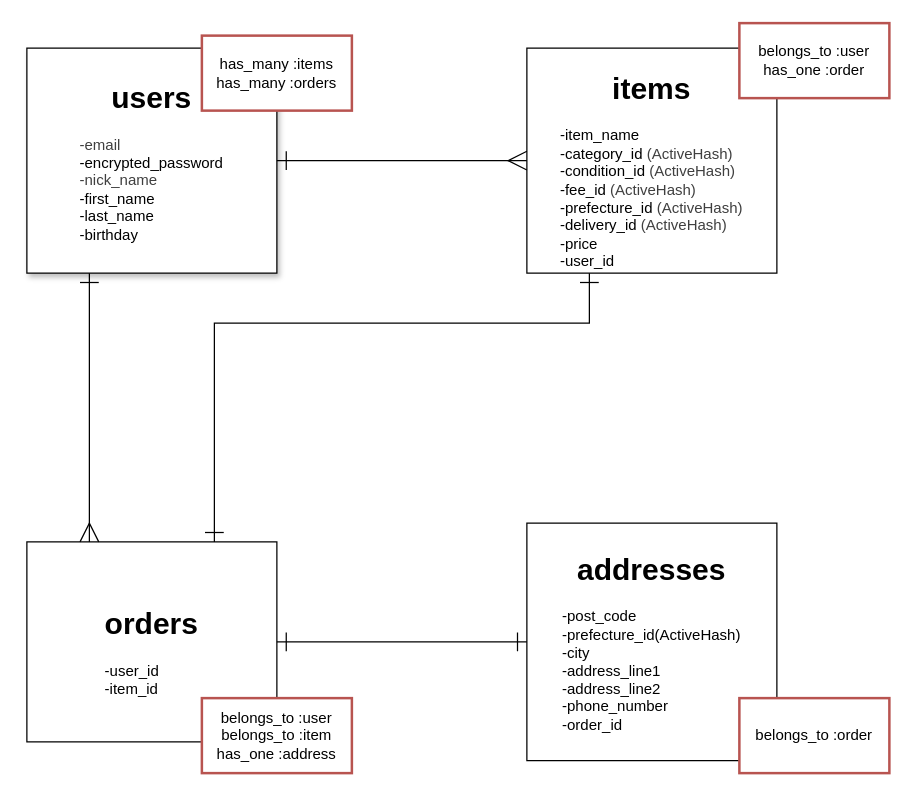
Above: ER.drawio in KaikaiY/furima-46775 (draw.io), before the change. Source tidied: cells renumbered, new cells numbered last; positions are measured from the earlier drawing's top-left corner, leaving out a move shared by most shapes. Both pictures are drawn from the tidied source at 125%, with x=0, y=0 at pixel (26, 22).
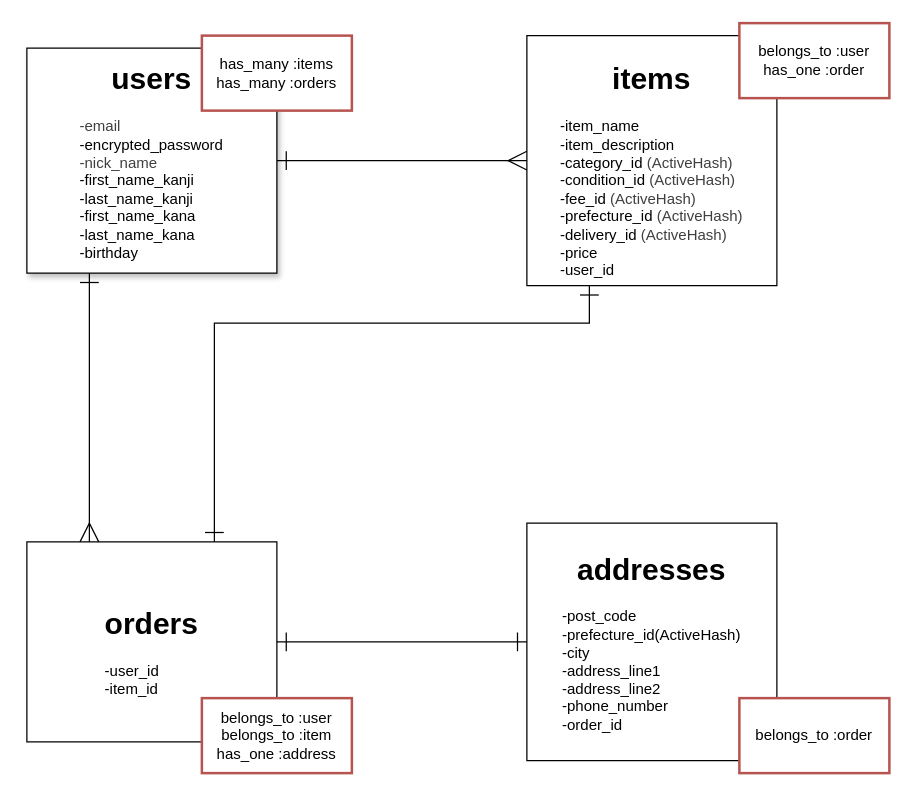
After the change.

The edit, as a diff of the source:
```diff
@@
 <mxGraphModel>
   <root>
     <mxCell id="0" />
     <mxCell id="1" parent="0" />
-    <mxCell id="2" value="&lt;h1&gt;&lt;/h1&gt;&lt;h1 style=&quot;&quot;&gt;users&lt;/h1&gt;&lt;div style=&quot;text-align: left;&quot;&gt;&lt;span style=&quot;color: rgb(63, 63, 63); background-color: transparent;&quot;&gt;-email&lt;/span&gt;&lt;/div&gt;&lt;div style=&quot;text-align: left;&quot;&gt;-encrypted_password&lt;/div&gt;&lt;div style=&quot;text-align: left;&quot;&gt;&lt;div style=&quot;color: rgb(63, 63, 63); scrollbar-color: rgb(226, 226, 226) rgb(251, 251, 251);&quot;&gt;-nick_name&lt;/div&gt;&lt;div&gt;-first_name&lt;/div&gt;&lt;div&gt;-last_name&lt;/div&gt;&lt;div&gt;-birthday&lt;/div&gt;&lt;/div&gt;&lt;div style=&quot;text-align: left;&quot;&gt;&lt;br&gt;&lt;/div&gt;" style="whiteSpace=wrap;html=1;shadow=1;align=center;" parent="1" vertex="1">
+    <mxCell id="2" value="&lt;h1&gt;&lt;/h1&gt;&lt;h1 style=&quot;&quot;&gt;users&lt;/h1&gt;&lt;div style=&quot;text-align: left;&quot;&gt;&lt;span style=&quot;color: rgb(63, 63, 63); background-color: transparent;&quot;&gt;-email&lt;/span&gt;&lt;/div&gt;&lt;div style=&quot;text-align: left;&quot;&gt;-encrypted_password&lt;/div&gt;&lt;div style=&quot;text-align: left;&quot;&gt;&lt;div style=&quot;color: rgb(63, 63, 63); scrollbar-color: rgb(226, 226, 226) rgb(251, 251, 251);&quot;&gt;-nick_name&lt;/div&gt;&lt;div&gt;-first_name_kanji&lt;/div&gt;&lt;div&gt;-last_name_kanji&lt;/div&gt;&lt;div&gt;-first_name_kana&lt;/div&gt;&lt;div&gt;-last_name_kana&lt;/div&gt;&lt;div&gt;-birthday&lt;/div&gt;&lt;/div&gt;&lt;div style=&quot;text-align: left;&quot;&gt;&lt;br&gt;&lt;/div&gt;" style="whiteSpace=wrap;html=1;shadow=1;align=center;" parent="1" vertex="1">
       <mxGeometry y="20" width="200" height="180" as="geometry" />
     </mxCell>
-    <mxCell id="3" value="&lt;h1&gt;items&lt;/h1&gt;&lt;div style=&quot;text-align: left;&quot;&gt;-item_name&lt;/div&gt;&lt;div style=&quot;text-align: left;&quot;&gt;-category_id&lt;span style=&quot;color: rgb(63, 63, 63); background-color: transparent;&quot;&gt;&amp;nbsp;(ActiveHash)&lt;/span&gt;&lt;/div&gt;&lt;div style=&quot;text-align: left;&quot;&gt;-condition_id&lt;span style=&quot;color: rgb(63, 63, 63); background-color: transparent;&quot;&gt;&amp;nbsp;(ActiveHash)&lt;/span&gt;&lt;/div&gt;&lt;div style=&quot;text-align: left;&quot;&gt;-fee_id&lt;span style=&quot;color: rgb(63, 63, 63); background-color: transparent;&quot;&gt;&amp;nbsp;(ActiveHash)&lt;/span&gt;&lt;/div&gt;&lt;div style=&quot;text-align: left;&quot;&gt;-prefecture_id&lt;span style=&quot;color: rgb(63, 63, 63); background-color: transparent;&quot;&gt;&amp;nbsp;(ActiveHash)&lt;/span&gt;&lt;/div&gt;&lt;div style=&quot;text-align: left;&quot;&gt;-delivery_id&lt;span style=&quot;color: rgb(63, 63, 63); background-color: transparent;&quot;&gt;&amp;nbsp;(ActiveHash)&lt;/span&gt;&lt;/div&gt;&lt;div style=&quot;text-align: left;&quot;&gt;-price&lt;/div&gt;&lt;div style=&quot;text-align: left;&quot;&gt;-user_id&lt;/div&gt;" style="whiteSpace=wrap;html=1;" parent="1" vertex="1">
-      <mxGeometry x="400" y="20" width="200" height="180" as="geometry" />
+    <mxCell id="3" value="&lt;h1&gt;items&lt;/h1&gt;&lt;div style=&quot;text-align: left;&quot;&gt;-item_name&lt;/div&gt;&lt;div style=&quot;text-align: left;&quot;&gt;-item_description&lt;/div&gt;&lt;div style=&quot;text-align: left;&quot;&gt;-category_id&lt;span style=&quot;color: rgb(63, 63, 63); background-color: transparent;&quot;&gt;&amp;nbsp;(ActiveHash)&lt;/span&gt;&lt;/div&gt;&lt;div style=&quot;text-align: left;&quot;&gt;-condition_id&lt;span style=&quot;color: rgb(63, 63, 63); background-color: transparent;&quot;&gt;&amp;nbsp;(ActiveHash)&lt;/span&gt;&lt;/div&gt;&lt;div style=&quot;text-align: left;&quot;&gt;-fee_id&lt;span style=&quot;color: rgb(63, 63, 63); background-color: transparent;&quot;&gt;&amp;nbsp;(ActiveHash)&lt;/span&gt;&lt;/div&gt;&lt;div style=&quot;text-align: left;&quot;&gt;-prefecture_id&lt;span style=&quot;color: rgb(63, 63, 63); background-color: transparent;&quot;&gt;&amp;nbsp;(ActiveHash)&lt;/span&gt;&lt;/div&gt;&lt;div style=&quot;text-align: left;&quot;&gt;-delivery_id&lt;span style=&quot;color: rgb(63, 63, 63); background-color: transparent;&quot;&gt;&amp;nbsp;(ActiveHash)&lt;/span&gt;&lt;/div&gt;&lt;div style=&quot;text-align: left;&quot;&gt;-price&lt;/div&gt;&lt;div style=&quot;text-align: left;&quot;&gt;-user_id&lt;/div&gt;" style="whiteSpace=wrap;html=1;" parent="1" vertex="1">
+      <mxGeometry x="400" y="10" width="200" height="200" as="geometry" />
     </mxCell>
     <mxCell id="4" value="&lt;h1&gt;addresses&lt;/h1&gt;&lt;div style=&quot;text-align: left;&quot;&gt;-post_code&lt;/div&gt;&lt;div style=&quot;text-align: left;&quot;&gt;-prefecture_id(ActiveHash)&lt;/div&gt;&lt;div style=&quot;text-align: left;&quot;&gt;-city&lt;/div&gt;&lt;div style=&quot;text-align: left;&quot;&gt;-address_line1&lt;/div&gt;&lt;div style=&quot;text-align: left;&quot;&gt;-address_line2&lt;/div&gt;&lt;div style=&quot;text-align: left;&quot;&gt;-phone_number&lt;/div&gt;&lt;div style=&quot;text-align: left;&quot;&gt;-order_id&lt;/div&gt;&lt;div style=&quot;text-align: left;&quot;&gt;&lt;br&gt;&lt;/div&gt;" style="whiteSpace=wrap;html=1;labelPosition=center;verticalLabelPosition=middle;align=center;verticalAlign=middle;" parent="1" vertex="1">
       <mxGeometry x="400" y="400" width="200" height="190" as="geometry" />
     </mxCell>
     <mxCell id="5" value="&lt;h1&gt;orders&lt;/h1&gt;&lt;div style=&quot;text-align: left;&quot;&gt;-user_id&lt;/div&gt;&lt;div style=&quot;text-align: left;&quot;&gt;-item_id&lt;/div&gt;" style="whiteSpace=wrap;html=1;labelPosition=center;verticalLabelPosition=middle;align=center;verticalAlign=middle;" parent="1" vertex="1">
       <mxGeometry y="415" width="200" height="160" as="geometry" />
     </mxCell>
     <mxCell id="6" style="edgeStyle=none;html=1;startArrow=ERmany;startFill=0;rounded=1;curved=0;endArrow=ERone;endFill=0;strokeWidth=1;exitX=0;exitY=0.5;exitDx=0;exitDy=0;entryX=1;entryY=0.5;entryDx=0;entryDy=0;endSize=13;startSize=13;" parent="1" edge="1" source="3" target="2">
       <mxGeometry relative="1" as="geometry" />
     </mxCell>
     <mxCell id="7" style="edgeStyle=none;html=1;startArrow=ERone;startFill=0;rounded=0;curved=0;endArrow=ERone;endFill=0;strokeWidth=1;exitX=0.25;exitY=1;exitDx=0;exitDy=0;entryX=0.75;entryY=0;entryDx=0;entryDy=0;endSize=13;startSize=13;" parent="1" edge="1" source="3" target="5">
       <mxGeometry relative="1" as="geometry">
         <Array as="points">
           <mxPoint x="450" y="240" />
           <mxPoint x="150" y="240" />
         </Array>
       </mxGeometry>
     </mxCell>
     <mxCell id="8" style="edgeStyle=none;html=1;startArrow=ERone;startFill=0;rounded=1;curved=0;endArrow=ERone;endFill=0;strokeWidth=1;exitX=0;exitY=0.5;exitDx=0;exitDy=0;entryX=1;entryY=0.5;entryDx=0;entryDy=0;endSize=13;startSize=13;" parent="1" edge="1" source="4" target="5">
       <mxGeometry relative="1" as="geometry" />
     </mxCell>
     <mxCell id="9" style="edgeStyle=none;html=1;startArrow=ERmany;startFill=0;rounded=1;curved=0;endArrow=ERone;endFill=0;strokeWidth=1;exitX=0.25;exitY=0;exitDx=0;exitDy=0;entryX=0.25;entryY=1;entryDx=0;entryDy=0;endSize=13;startSize=13;" parent="1" edge="1" source="5" target="2">
       <mxGeometry relative="1" as="geometry" />
     </mxCell>
     <mxCell id="10" value="has_many :items&lt;div&gt;has_many :orders&lt;/div&gt;" style="whiteSpace=wrap;html=1;fillColor=default;strokeColor=#b85450;strokeWidth=2;" parent="1" vertex="1">
       <mxGeometry x="140" y="10" width="120" height="60" as="geometry" />
     </mxCell>
     <mxCell id="11" value="&lt;div&gt;belongs_to :user&lt;/div&gt;&lt;div&gt;&lt;span style=&quot;color: rgb(0, 0, 0);&quot;&gt;has_one :order&lt;/span&gt;&lt;/div&gt;" style="whiteSpace=wrap;html=1;fillColor=default;strokeColor=#b85450;strokeWidth=2;" parent="1" vertex="1">
       <mxGeometry x="570" width="120" height="60" as="geometry" />
     </mxCell>
     <mxCell id="12" value="belongs_to :user&lt;div&gt;belongs_to :item&lt;/div&gt;&lt;div&gt;has_one :address&lt;/div&gt;" style="whiteSpace=wrap;html=1;fillColor=default;strokeColor=#b85450;strokeWidth=2;" parent="1" vertex="1">
       <mxGeometry x="140" y="540" width="120" height="60" as="geometry" />
     </mxCell>
     <mxCell id="13" value="belongs_to :order" style="whiteSpace=wrap;html=1;fillColor=default;strokeColor=#b85450;strokeWidth=2;" parent="1" vertex="1">
       <mxGeometry x="570" y="540" width="120" height="60" as="geometry" />
     </mxCell>
   </root>
 </mxGraphModel>
```
